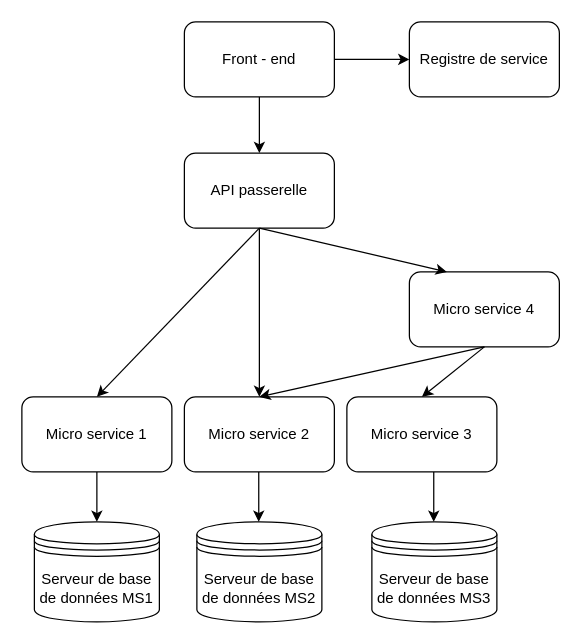
The draw.io diagram architecture microservices.drawio in cjour/audit_logistics, before the edit. Source tidied: cells renumbered, new cells numbered last; positions are measured from the earlier drawing's top-left corner, leaving out a move shared by most shapes. Both pictures are drawn from the tidied source at 125%, with x=0, y=0 at pixel (21, 21).
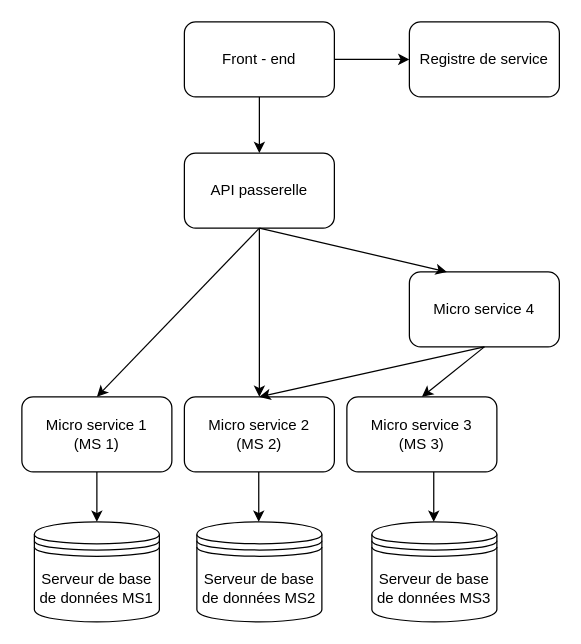
Above is the later version.

The edit, as a diff of the source:
```diff
@@
-    <mxCell id="6" value="Micro service 1" style="rounded=1;whiteSpace=wrap;html=1;" parent="1" vertex="1">
+    <mxCell id="6" value="&lt;div&gt;Micro service 1 &lt;br&gt;&lt;/div&gt;&lt;div&gt;(MS 1)&lt;/div&gt;" style="rounded=1;whiteSpace=wrap;html=1;" parent="1" vertex="1">
       <mxGeometry y="300" width="120" height="60" as="geometry" />
     </mxCell>
-    <mxCell id="7" value="Micro service 2" style="rounded=1;whiteSpace=wrap;html=1;" parent="1" vertex="1">
+    <mxCell id="7" value="&lt;div&gt;Micro service 2&lt;/div&gt;&lt;div&gt;(MS 2)&lt;/div&gt;" style="rounded=1;whiteSpace=wrap;html=1;" parent="1" vertex="1">
       <mxGeometry x="130" y="300" width="120" height="60" as="geometry" />
     </mxCell>
-    <mxCell id="8" value="Micro service 3" style="rounded=1;whiteSpace=wrap;html=1;" parent="1" vertex="1">
+    <mxCell id="8" value="&lt;div&gt;Micro service 3&lt;/div&gt;&lt;div&gt;(MS 3)&lt;/div&gt;" style="rounded=1;whiteSpace=wrap;html=1;" parent="1" vertex="1">
       <mxGeometry x="260" y="300" width="120" height="60" as="geometry" />
     </mxCell>
```
